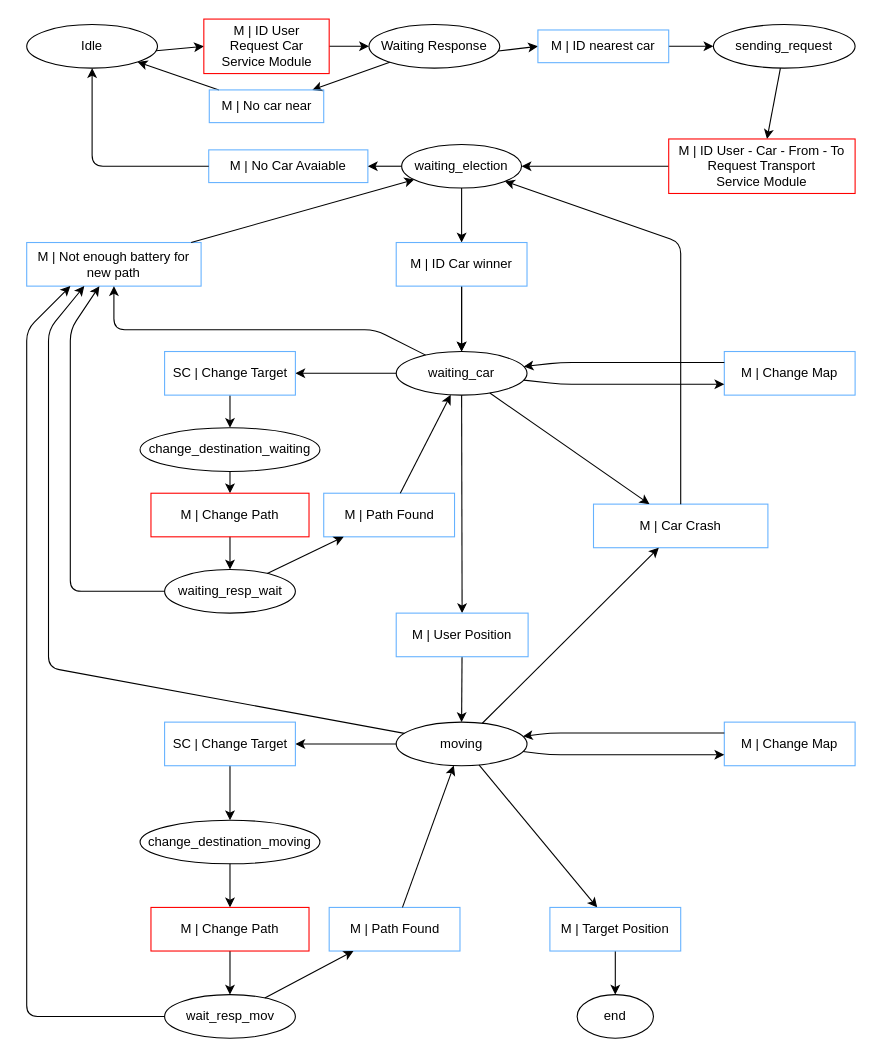
The draw.io diagram relazione/automa utente.drawio in kraots94/Sistemi, before the edit. Source tidied: cells renumbered, new cells numbered last; positions are measured from the earlier drawing's top-left corner, leaving out a move shared by most shapes. Both pictures are drawn from the tidied source at 109%, with x=0, y=0 at pixel (26, 19).
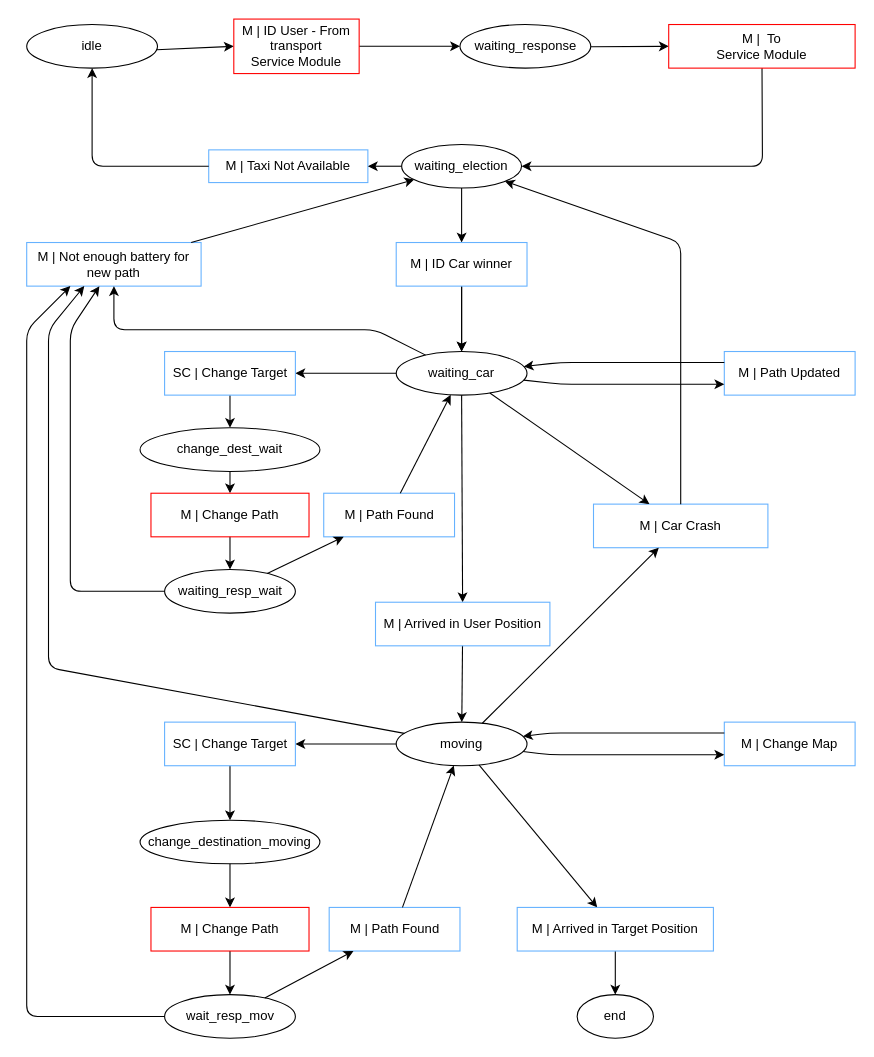
The same page after the edit.

Unchanged cells that the change refers to:
```xml
<mxCell id="12" value="waiting_election" style="ellipse;whiteSpace=wrap;html=1;" parent="1" vertex="1">
  <mxGeometry x="344" y="115" width="110" height="40" as="geometry" />
</mxCell>
```

Change to the diagram source:
```diff
@@
-    <mxCell id="2" value="Idle" style="ellipse;whiteSpace=wrap;html=1;" parent="1" vertex="1">
+    <mxCell id="2" value="idle" style="ellipse;whiteSpace=wrap;html=1;" parent="1" vertex="1">
       <mxGeometry y="5" width="120" height="40" as="geometry" />
     </mxCell>
-    <mxCell id="3" value="Waiting Response" style="ellipse;whiteSpace=wrap;html=1;" parent="1" vertex="1">
-      <mxGeometry x="314" y="5" width="120" height="40" as="geometry" />
+    <mxCell id="3" value="waiting_response" style="ellipse;whiteSpace=wrap;html=1;" parent="1" vertex="1">
+      <mxGeometry x="397.5" y="5" width="120" height="40" as="geometry" />
     </mxCell>
@@
-    <mxCell id="6" style="endArrow=classic;html=1;" parent="1" edge="1" source="34" target="2">
-      <mxGeometry relative="1" as="geometry" />
-    </mxCell>
-    <mxCell id="7" style="endArrow=classic;html=1;" parent="1" edge="1" source="3" target="34">
-      <mxGeometry relative="1" as="geometry" />
-    </mxCell>
-    <mxCell id="8" value="sending_request" style="ellipse;whiteSpace=wrap;html=1;" parent="1" vertex="1">
-      <mxGeometry x="630" y="5" width="130" height="40" as="geometry" />
-    </mxCell>
-    <mxCell id="9" style="endArrow=classic;html=1;" parent="1" edge="1" source="33" target="8">
-      <mxGeometry relative="1" as="geometry" />
-    </mxCell>
-    <mxCell id="10" style="endArrow=classic;html=1;" parent="1" edge="1" source="3" target="33">
+    <mxCell id="10" style="endArrow=classic;html=1;" parent="1" edge="1" source="3" target="18">
       <mxGeometry relative="1" as="geometry" />
     </mxCell>
     <mxCell id="11" style="endArrow=classic;html=1;" parent="1" edge="1" source="18" target="12">
-      <mxGeometry relative="1" as="geometry" />
+      <mxGeometry relative="1" as="geometry">
+        <Array as="points">
+          <mxPoint x="675" y="135" />
+        </Array>
+      </mxGeometry>
     </mxCell>
@@
-    <mxCell id="15" style="endArrow=classic;html=1;" parent="1" edge="1" source="8" target="18">
-      <mxGeometry relative="1" as="geometry" />
-    </mxCell>
@@
-    <mxCell id="17" value="M | ID User&lt;br&gt;Request Car&lt;br&gt;Service Module" style="rounded=0;whiteSpace=wrap;html=1;fillColor=none;strokeColor=#FF0000;" parent="1" vertex="1">
-      <mxGeometry x="162.5" width="115" height="50" as="geometry" />
+    <mxCell id="17" value="M | ID User - From&lt;br&gt;transport&lt;br&gt;Service Module" style="rounded=0;whiteSpace=wrap;html=1;fillColor=none;strokeColor=#FF0000;" parent="1" vertex="1">
+      <mxGeometry x="190" width="115" height="50" as="geometry" />
     </mxCell>
-    <mxCell id="18" value="M | ID User - Car - From - To&lt;br&gt;Request Transport&lt;br&gt;Service Module" style="rounded=0;whiteSpace=wrap;html=1;fillColor=none;strokeColor=#FF0000;" parent="1" vertex="1">
-      <mxGeometry x="589" y="110" width="171" height="50" as="geometry" />
+    <mxCell id="18" value="M |&amp;nbsp; To&lt;br&gt;Service Module" style="rounded=0;whiteSpace=wrap;html=1;fillColor=none;strokeColor=#FF0000;" parent="1" vertex="1">
+      <mxGeometry x="589" y="5" width="171" height="40" as="geometry" />
     </mxCell>
@@
-    <mxCell id="26" value="change_destination_waiting" style="ellipse;whiteSpace=wrap;html=1;strokeColor=#000000;fillColor=#ffffff;" parent="1" vertex="1">
+    <mxCell id="26" value="change_dest_wait" style="ellipse;whiteSpace=wrap;html=1;strokeColor=#000000;fillColor=#ffffff;" parent="1" vertex="1">
       <mxGeometry x="104" y="375" width="165" height="40" as="geometry" />
     </mxCell>
@@
-    <mxCell id="30" value="M | Target Position" style="rounded=0;whiteSpace=wrap;html=1;strokeColor=#66B2FF;fillColor=none;" parent="1" vertex="1">
-      <mxGeometry x="480" y="815" width="120" height="40" as="geometry" />
+    <mxCell id="30" value="M | Arrived in Target Position" style="rounded=0;whiteSpace=wrap;html=1;strokeColor=#66B2FF;fillColor=none;" parent="1" vertex="1">
+      <mxGeometry x="450" y="815" width="180" height="40" as="geometry" />
     </mxCell>
@@
-    <mxCell id="32" value="M | User Position" style="rounded=0;whiteSpace=wrap;html=1;strokeColor=#66B2FF;fillColor=none;" parent="1" vertex="1">
-      <mxGeometry x="339" y="545" width="121" height="40" as="geometry" />
+    <mxCell id="32" value="M | Arrived in User Position" style="rounded=0;whiteSpace=wrap;html=1;strokeColor=#66B2FF;fillColor=none;" parent="1" vertex="1">
+      <mxGeometry x="320" y="535" width="160" height="40" as="geometry" />
     </mxCell>
-    <mxCell id="33" value="M | ID nearest car" style="rounded=0;whiteSpace=wrap;html=1;strokeColor=#66B2FF;fillColor=none;" parent="1" vertex="1">
-      <mxGeometry x="469" y="10" width="120" height="30" as="geometry" />
-    </mxCell>
-    <mxCell id="34" value="M | No car near" style="rounded=0;whiteSpace=wrap;html=1;strokeColor=#66B2FF;fillColor=none;" parent="1" vertex="1">
-      <mxGeometry x="167.5" y="65" width="105" height="30" as="geometry" />
-    </mxCell>
-    <mxCell id="35" value="M | No Car Avaiable" style="rounded=0;whiteSpace=wrap;html=1;strokeColor=#66B2FF;fillColor=none;" parent="1" vertex="1">
+    <mxCell id="35" value="M | Taxi Not Available" style="rounded=0;whiteSpace=wrap;html=1;strokeColor=#66B2FF;fillColor=none;" parent="1" vertex="1">
       <mxGeometry x="167" y="120" width="146" height="30" as="geometry" />
     </mxCell>
@@
-    <mxCell id="55" value="M | Change Map" style="rounded=0;whiteSpace=wrap;html=1;strokeColor=#66B2FF;fillColor=none;" parent="1" vertex="1">
+    <mxCell id="55" value="M | Path Updated" style="rounded=0;whiteSpace=wrap;html=1;strokeColor=#66B2FF;fillColor=none;" parent="1" vertex="1">
       <mxGeometry x="640" y="305" width="120" height="40" as="geometry" />
     </mxCell>
```
